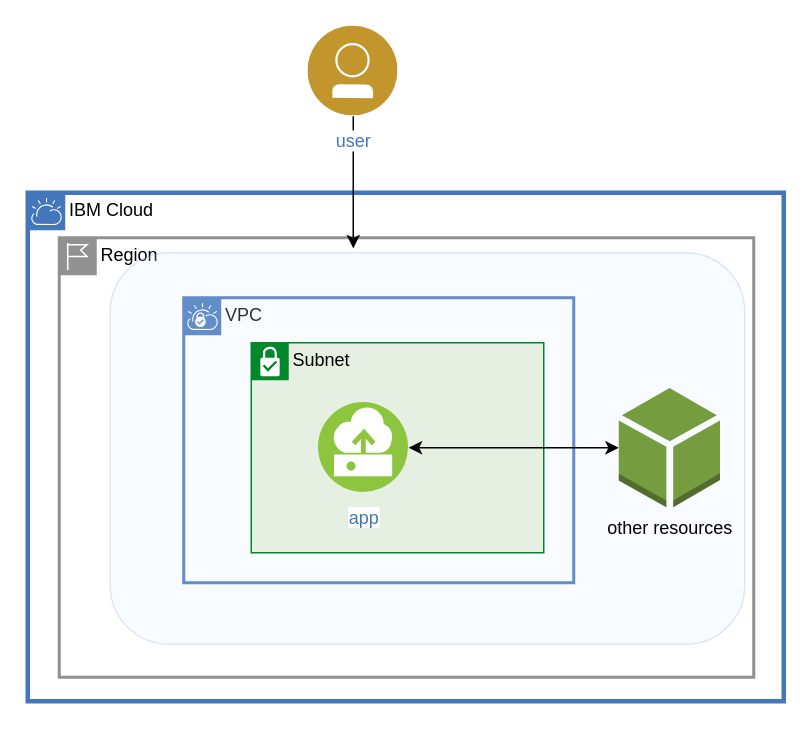
Above: page "Production" (1 of 10) of drawio/image.drawio in IBM-Cloud/vsi-ci-cd (draw.io), before the change. Source tidied: cells renumbered, new cells numbered last; positions are measured from the earlier drawing's top-left corner, leaving out a move shared by most shapes. Both pictures are drawn from the tidied source at 150%, with x=0, y=0 at pixel (27, 26).
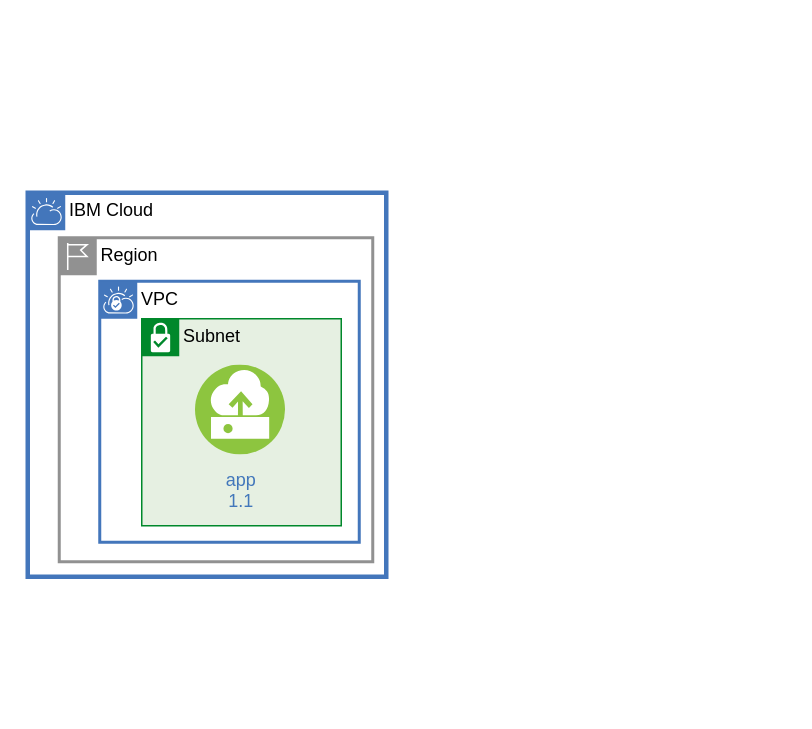
The same diagram, later.

Change to the diagram source:
```diff
@@
 <mxGraphModel>
   <root>
     <mxCell id="0" />
     <mxCell id="1" parent="0" />
     <mxCell id="2" value="IBM Cloud" style="shape=mxgraph.ibm.box;prType=cloud;fontStyle=0;verticalAlign=top;align=left;spacingLeft=32;spacingTop=4;fillColor=none;rounded=0;whiteSpace=wrap;html=1;strokeColor=#4376BB;strokeWidth=3;dashed=0;spacing=-4;" parent="1" vertex="1">
-      <mxGeometry y="111" width="504" height="339" as="geometry" />
+      <mxGeometry y="111" width="239" height="256" as="geometry" />
     </mxCell>
     <mxCell id="3" value="Region" style="shape=mxgraph.ibm.box;prType=region;fontStyle=0;verticalAlign=top;align=left;spacingLeft=32;spacingTop=4;fillColor=none;rounded=0;whiteSpace=wrap;html=1;strokeColor=#919191;strokeWidth=2;dashed=0;spacing=-4;" parent="1" vertex="1">
-      <mxGeometry x="21" y="141" width="463" height="293" as="geometry" />
+      <mxGeometry x="21" y="141" width="209" height="216" as="geometry" />
     </mxCell>
-    <mxCell id="4" style="edgeStyle=orthogonalEdgeStyle;rounded=0;jettySize=auto;html=1;entryX=0.383;entryY=-0.011;entryDx=0;entryDy=0;entryPerimeter=0;" parent="1" edge="1" source="5" target="7">
-      <mxGeometry relative="1" as="geometry" />
-    </mxCell>
-    <mxCell id="5" value="user" style="perimeter=ellipsePerimeter;html=1;align=center;shadow=0;dashed=0;fontColor=#4277BB;labelBackgroundColor=#ffffff;fontSize=12;spacingTop=3;image;image=img/lib/ibm/users/user.svg;" parent="1" vertex="1">
-      <mxGeometry x="187" width="60" height="60" as="geometry" />
-    </mxCell>
     <mxCell id="6" value="VPC" style="shape=mxgraph.ibm.box;prType=vpc;fontStyle=0;verticalAlign=top;align=left;spacingLeft=32;spacingTop=4;fillColor=none;rounded=0;whiteSpace=wrap;html=1;strokeColor=#4376BB;strokeWidth=2;dashed=0;spacing=-4;" parent="1" vertex="1">
-      <mxGeometry x="104" y="181" width="260" height="190" as="geometry" />
+      <mxGeometry x="48" y="170" width="173" height="174" as="geometry" />
     </mxCell>
-    <mxCell id="7" style="rounded=1;whiteSpace=wrap;html=1;opacity=20;fillColor=#dae8fc;strokeColor=#6c8ebf;" parent="6" vertex="1">
-      <mxGeometry x="-49" y="-30" width="423" height="261" as="geometry" />
-    </mxCell>
-    <mxCell id="8" value="Subnet" style="shape=mxgraph.ibm.box;prType=subnet;fontStyle=0;verticalAlign=top;align=left;spacingLeft=32;spacingTop=4;fillColor=#E6F0E2;rounded=0;whiteSpace=wrap;html=1;strokeColor=#00882B;strokeWidth=1;dashed=0;spacing=-4;" parent="1" vertex="1">
-      <mxGeometry x="149" y="211" width="195" height="140" as="geometry" />
+    <mxCell id="8" value="Subnet" style="shape=mxgraph.ibm.box;prType=subnet;fontStyle=0;verticalAlign=top;align=left;spacingLeft=32;spacingTop=4;fillColor=#E6F0E2;rounded=0;whiteSpace=wrap;html=1;strokeColor=#00882B;strokeWidth=1;dashed=0;spacing=-4;" parent="6" vertex="1">
+      <mxGeometry x="28" y="25" width="133" height="138" as="geometry" />
     </mxCell>
-    <mxCell id="9" value="app" style="perimeter=ellipsePerimeter;html=1;align=center;shadow=0;dashed=0;fontColor=#4277BB;labelBackgroundColor=#ffffff;fontSize=12;spacingTop=3;image;image=img/lib/ibm/vpc/Instance.svg;" parent="8" vertex="1">
-      <mxGeometry x="45" y="40" width="60" height="60" as="geometry" />
+    <mxCell id="9" value="app&lt;br&gt;1.1" style="perimeter=ellipsePerimeter;html=1;align=center;shadow=0;dashed=0;fontColor=#4277BB;fontSize=12;spacingTop=3;image;image=img/lib/ibm/vpc/Instance.svg;labelBackgroundColor=none;" parent="8" vertex="1">
+      <mxGeometry x="36" y="31" width="60" height="60" as="geometry" />
     </mxCell>
-    <mxCell id="10" value="other resources" style="outlineConnect=0;dashed=0;verticalLabelPosition=bottom;verticalAlign=top;align=center;html=1;shape=mxgraph.aws3.resources;fillColor=#759C3E;gradientColor=none;" parent="1" vertex="1">
-      <mxGeometry x="394" y="241.2" width="67.5" height="79.5" as="geometry" />
-    </mxCell>
-    <mxCell id="11" style="edgeStyle=orthogonalEdgeStyle;rounded=0;jettySize=auto;html=1;startArrow=classic;startFill=1;" parent="1" edge="1" source="9" target="10">
-      <mxGeometry relative="1" as="geometry" />
-    </mxCell>
   </root>
 </mxGraphModel>
```
